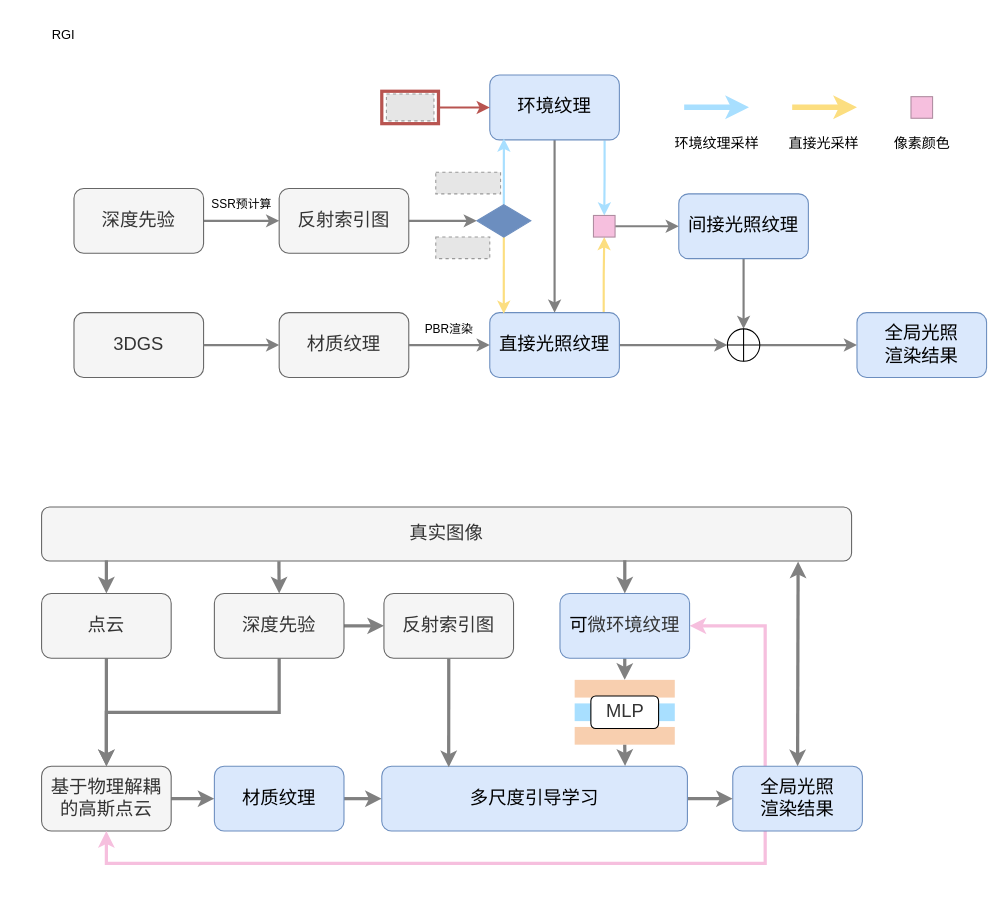
The draw.io diagram mid-term/总体框架（新）.drawio in thEu-suisei/draw_io, before the edit. Source tidied: cells renumbered, new cells numbered last; positions are measured from the earlier drawing's top-left corner, leaving out a move shared by most shapes. Both pictures are drawn from the tidied source at 108%, with x=0, y=0 at pixel (41, 18). Pictures stored in the file or linked from it are replaced by grey dashed boxes.
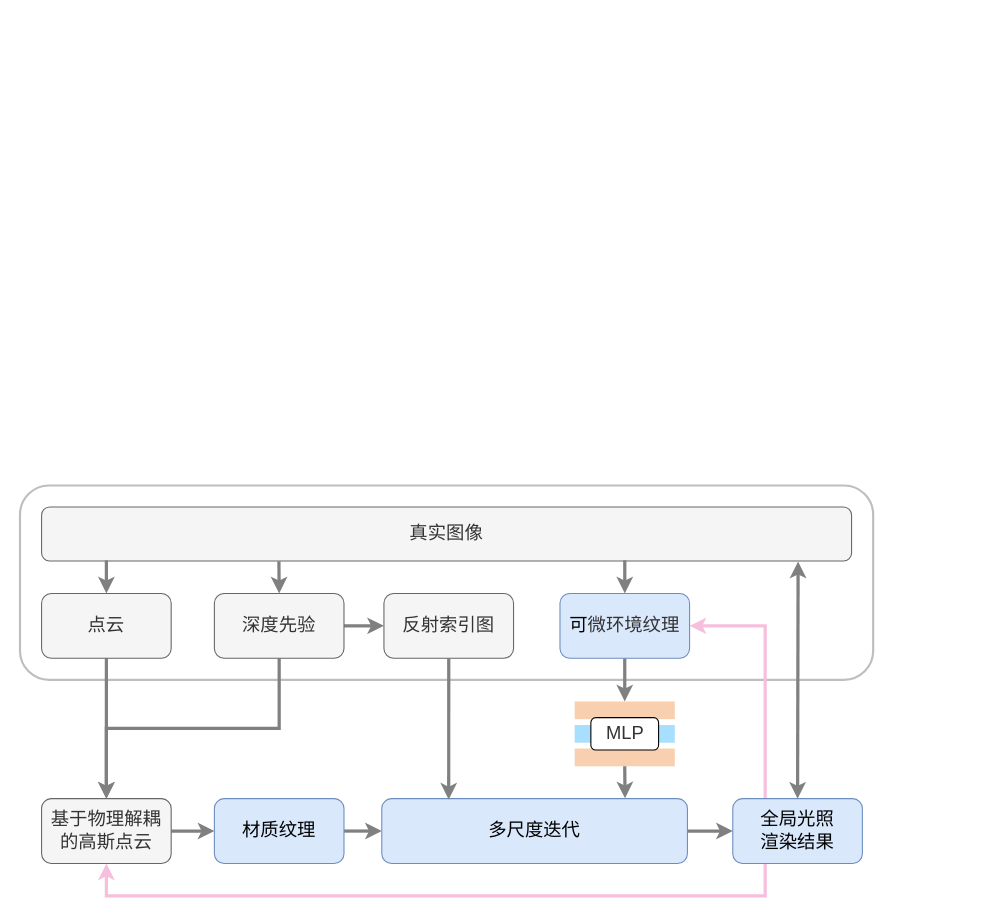
The same diagram, later.

Commit message (it also covers changes not shown here):
更新总体框架（新）.drawio

What changed in the source:
```diff
@@
-    <mxCell id="2" style="edgeStyle=orthogonalEdgeStyle;rounded=0;jettySize=auto;html=1;exitX=1;exitY=0.5;exitDx=0;exitDy=0;entryX=0;entryY=0.5;entryDx=0;entryDy=0;strokeWidth=2;strokeColor=#808080;" parent="1" edge="1" source="3" target="5">
-      <mxGeometry relative="1" as="geometry" />
-    </mxCell>
-    <mxCell id="3" value="&lt;font style=&quot;font-size: 17px; font-weight: normal;&quot;&gt;深度先验&lt;/font&gt;" style="rounded=1;whiteSpace=wrap;html=1;fillColor=#f5f5f5;fontColor=#333333;strokeColor=#666666;fontStyle=1;" parent="1" vertex="1">
-      <mxGeometry x="30" y="157" width="120" height="60" as="geometry" />
-    </mxCell>
-    <mxCell id="4" style="edgeStyle=orthogonalEdgeStyle;rounded=0;jettySize=auto;html=1;exitX=1;exitY=0.5;exitDx=0;exitDy=0;entryX=0;entryY=0.5;entryDx=0;entryDy=0;strokeWidth=2;strokeColor=#808080;" parent="1" edge="1" source="5" target="18">
-      <mxGeometry relative="1" as="geometry" />
-    </mxCell>
-    <mxCell id="5" value="&lt;font style=&quot;font-size: 17px;&quot;&gt;反射索引图&lt;/font&gt;" style="rounded=1;whiteSpace=wrap;html=1;fillColor=#f5f5f5;fontColor=#333333;strokeColor=#666666;" parent="1" vertex="1">
-      <mxGeometry x="220" y="157" width="120" height="60" as="geometry" />
-    </mxCell>
-    <mxCell id="6" style="edgeStyle=orthogonalEdgeStyle;rounded=0;jettySize=auto;html=1;entryX=0.5;entryY=1;entryDx=0;entryDy=0;strokeColor=light-dark(#fcde80, #257c00);align=center;verticalAlign=middle;fontFamily=Helvetica;fontSize=11;fontColor=default;labelBackgroundColor=default;endArrow=classic;strokeWidth=2;exitX=0.879;exitY=0.031;exitDx=0;exitDy=0;exitPerimeter=0;" parent="1" edge="1" source="8" target="30">
-      <mxGeometry relative="1" as="geometry" />
-    </mxCell>
-    <mxCell id="7" style="edgeStyle=orthogonalEdgeStyle;rounded=0;jettySize=auto;html=1;exitX=1;exitY=0.5;exitDx=0;exitDy=0;entryX=0;entryY=0.5;entryDx=0;entryDy=0;strokeWidth=2;strokeColor=#808080;" parent="1" edge="1" source="8" target="26">
-      <mxGeometry relative="1" as="geometry" />
-    </mxCell>
-    <mxCell id="8" value="&lt;font style=&quot;font-size: 17px;&quot;&gt;直接光照纹理&lt;/font&gt;" style="rounded=1;whiteSpace=wrap;html=1;fillColor=#dae8fc;strokeColor=#6c8ebf;" parent="1" vertex="1">
-      <mxGeometry x="415" y="272" width="120" height="60" as="geometry" />
-    </mxCell>
-    <mxCell id="9" value="&lt;span style=&quot;font-size: 17px; font-weight: 400;&quot;&gt;材质纹理&lt;/span&gt;" style="rounded=1;whiteSpace=wrap;html=1;fillColor=#f5f5f5;fontColor=#333333;strokeColor=#666666;fontStyle=1;" parent="1" vertex="1">
-      <mxGeometry x="220" y="272" width="120" height="60" as="geometry" />
-    </mxCell>
-    <mxCell id="10" style="edgeStyle=orthogonalEdgeStyle;rounded=0;jettySize=auto;html=1;exitX=0.5;exitY=1;exitDx=0;exitDy=0;entryX=0.5;entryY=0;entryDx=0;entryDy=0;strokeWidth=2;strokeColor=#808080;" parent="1" edge="1" source="11" target="26">
-      <mxGeometry relative="1" as="geometry" />
-    </mxCell>
-    <mxCell id="11" value="&lt;font style=&quot;font-size: 17px;&quot;&gt;间接光照纹理&lt;/font&gt;" style="rounded=1;whiteSpace=wrap;html=1;fillColor=#dae8fc;strokeColor=#6c8ebf;" parent="1" vertex="1">
-      <mxGeometry x="590" y="162" width="120" height="60" as="geometry" />
-    </mxCell>
-    <mxCell id="12" value="&lt;font style=&quot;font-size: 17px;&quot;&gt;全局光照&lt;/font&gt;&lt;div&gt;&lt;font style=&quot;font-size: 17px;&quot;&gt;渲染结果&lt;/font&gt;&lt;/div&gt;" style="rounded=1;whiteSpace=wrap;html=1;fillColor=#dae8fc;strokeColor=#6c8ebf;" parent="1" vertex="1">
-      <mxGeometry x="755" y="272" width="120" height="60" as="geometry" />
-    </mxCell>
-    <mxCell id="13" style="edgeStyle=orthogonalEdgeStyle;rounded=0;jettySize=auto;html=1;exitX=0.886;exitY=1.008;exitDx=0;exitDy=0;entryX=0.5;entryY=0;entryDx=0;entryDy=0;strokeColor=light-dark(#a8dfff, #D47D25);align=center;verticalAlign=middle;fontFamily=Helvetica;fontSize=11;fontColor=default;labelBackgroundColor=default;endArrow=classic;exitPerimeter=0;strokeWidth=2;" parent="1" edge="1" source="15" target="30">
-      <mxGeometry relative="1" as="geometry" />
-    </mxCell>
-    <mxCell id="14" style="edgeStyle=orthogonalEdgeStyle;rounded=0;jettySize=auto;html=1;exitX=0.5;exitY=1;exitDx=0;exitDy=0;entryX=0.5;entryY=0;entryDx=0;entryDy=0;strokeWidth=2;strokeColor=#808080;" parent="1" edge="1" source="15" target="8">
-      <mxGeometry relative="1" as="geometry" />
-    </mxCell>
-    <mxCell id="15" value="&lt;font style=&quot;font-size: 17px;&quot;&gt;环境纹理&lt;/font&gt;" style="rounded=1;whiteSpace=wrap;html=1;fillColor=#dae8fc;strokeColor=#6c8ebf;" parent="1" vertex="1">
-      <mxGeometry x="415" y="52" width="120" height="60" as="geometry" />
-    </mxCell>
-    <mxCell id="16" style="edgeStyle=orthogonalEdgeStyle;rounded=0;jettySize=auto;html=1;exitX=0.5;exitY=1;exitDx=0;exitDy=0;strokeColor=light-dark(#fcde80, #257c00);align=center;verticalAlign=middle;fontFamily=Helvetica;fontSize=11;fontColor=default;labelBackgroundColor=default;endArrow=classic;entryX=0.108;entryY=0.017;entryDx=0;entryDy=0;entryPerimeter=0;strokeWidth=2;" parent="1" edge="1" source="18" target="8">
-      <mxGeometry relative="1" as="geometry" />
-    </mxCell>
-    <mxCell id="17" style="edgeStyle=orthogonalEdgeStyle;rounded=0;jettySize=auto;html=1;exitX=0.5;exitY=0;exitDx=0;exitDy=0;entryX=0.109;entryY=0.98;entryDx=0;entryDy=0;entryPerimeter=0;strokeColor=light-dark(#a8dfff, #D47D25);align=center;verticalAlign=middle;fontFamily=Helvetica;fontSize=11;fontColor=default;labelBackgroundColor=default;endArrow=classic;strokeWidth=2;" parent="1" edge="1" source="18" target="15">
-      <mxGeometry relative="1" as="geometry" />
-    </mxCell>
-    <mxCell id="18" style="rhombus;whiteSpace=wrap;html=1;fillColor=#6C8EBF;strokeColor=#6c8ebf;" parent="1" vertex="1">
-      <mxGeometry x="403" y="172" width="50" height="30" as="geometry" />
-    </mxCell>
-    <mxCell id="19" style="fillColor=#E6E6E6;strokeColor=#999999;dashed=1;verticalLabelPosition=bottom;labelBackgroundColor=default;verticalAlign=top;" parent="1" vertex="1">
-      <mxGeometry x="365" y="202" width="50" height="20" as="geometry" />
-    </mxCell>
-    <mxCell id="20" style="fillColor=#E6E6E6;strokeColor=#999999;dashed=1;verticalLabelPosition=bottom;labelBackgroundColor=default;verticalAlign=top;" parent="1" vertex="1">
-      <mxGeometry x="365" y="142" width="60" height="20" as="geometry" />
-    </mxCell>
-    <mxCell id="21" style="endArrow=classic;html=1;rounded=0;strokeColor=light-dark(#a8dfff, #D47D25);strokeWidth=5;" parent="1" edge="1">
-      <mxGeometry relative="1" as="geometry">
-        <mxPoint x="595" y="81.8" as="sourcePoint" />
-        <mxPoint x="655" y="81.8" as="targetPoint" />
-      </mxGeometry>
-    </mxCell>
-    <mxCell id="22" style="endArrow=classic;html=1;rounded=0;strokeColor=light-dark(#fcde80, #257c00);strokeWidth=5;" parent="1" edge="1">
-      <mxGeometry relative="1" as="geometry">
-        <mxPoint x="695" y="81.8" as="sourcePoint" />
-        <mxPoint x="755" y="81.8" as="targetPoint" />
-      </mxGeometry>
-    </mxCell>
-    <mxCell id="23" style="endArrow=classic;html=1;rounded=0;strokeColor=#808080;exitX=1;exitY=0.5;exitDx=0;exitDy=0;entryX=0;entryY=0.5;entryDx=0;entryDy=0;strokeWidth=2;" parent="1" edge="1" source="9" target="8">
-      <mxGeometry relative="1" as="geometry" />
-    </mxCell>
-    <mxCell id="24" style="edgeStyle=orthogonalEdgeStyle;rounded=0;jettySize=auto;html=1;exitX=1;exitY=0.5;exitDx=0;exitDy=0;strokeWidth=2;strokeColor=#808080;" parent="1" edge="1" source="30" target="11">
-      <mxGeometry relative="1" as="geometry" />
-    </mxCell>
-    <mxCell id="25" style="edgeStyle=orthogonalEdgeStyle;rounded=0;jettySize=auto;html=1;exitX=1;exitY=0.5;exitDx=0;exitDy=0;entryX=0;entryY=0.5;entryDx=0;entryDy=0;strokeWidth=2;strokeColor=#808080;" parent="1" edge="1" source="26" target="12">
-      <mxGeometry relative="1" as="geometry" />
-    </mxCell>
-    <mxCell id="26" style="ellipse;whiteSpace=wrap;html=1;" parent="1" vertex="1">
-      <mxGeometry x="635" y="287" width="30" height="30" as="geometry" />
-    </mxCell>
-    <mxCell id="27" style="endArrow=none;html=1;rounded=0;exitX=0;exitY=0.5;exitDx=0;exitDy=0;entryX=1;entryY=0.5;entryDx=0;entryDy=0;" parent="1" edge="1" source="26" target="26">
-      <mxGeometry relative="1" as="geometry" />
-    </mxCell>
-    <mxCell id="28" style="endArrow=none;html=1;rounded=0;exitX=0.5;exitY=1;exitDx=0;exitDy=0;entryX=0.5;entryY=0;entryDx=0;entryDy=0;" parent="1" edge="1" source="26" target="26">
-      <mxGeometry relative="1" as="geometry" />
-    </mxCell>
-    <mxCell id="29" value="&lt;span style=&quot;font-size: 11px; background-color: rgb(255, 255, 255);&quot;&gt;SSR预计算&lt;/span&gt;" style="text;html=1;align=center;verticalAlign=middle;strokeColor=none;fillColor=none;" parent="1" vertex="1">
-      <mxGeometry x="145" y="157" width="80" height="30" as="geometry" />
-    </mxCell>
-    <mxCell id="30" style="whiteSpace=wrap;html=1;fillColor=light-dark(#f6bfde, #54283f);strokeColor=light-dark(#AF8DA1,#D75496);" parent="1" vertex="1">
-      <mxGeometry x="511" y="182" width="20" height="20" as="geometry" />
-    </mxCell>
-    <mxCell id="31" style="whiteSpace=wrap;html=1;fillColor=light-dark(#f6bfde, #54283f);strokeColor=light-dark(#AF8DA1,#D75496);" parent="1" vertex="1">
-      <mxGeometry x="805" y="72" width="20" height="20" as="geometry" />
-    </mxCell>
-    <mxCell id="32" value="像素颜色" style="text;html=1;align=center;verticalAlign=middle;strokeColor=none;fillColor=none;fontSize=13;" parent="1" vertex="1">
-      <mxGeometry x="775" y="100" width="80" height="30" as="geometry" />
-    </mxCell>
-    <mxCell id="33" value="&lt;span style=&quot;font-size: 17px; font-weight: 400;&quot;&gt;3DGS&lt;/span&gt;" style="rounded=1;whiteSpace=wrap;html=1;fillColor=#f5f5f5;fontColor=#333333;strokeColor=#666666;fontStyle=1;" parent="1" vertex="1">
-      <mxGeometry x="30" y="272" width="120" height="60" as="geometry" />
-    </mxCell>
-    <mxCell id="34" style="edgeStyle=orthogonalEdgeStyle;rounded=0;jettySize=auto;html=1;exitX=1;exitY=0.5;exitDx=0;exitDy=0;entryX=0;entryY=0.5;entryDx=0;entryDy=0;strokeWidth=2;strokeColor=#808080;" parent="1" edge="1" source="33" target="9">
-      <mxGeometry relative="1" as="geometry" />
-    </mxCell>
-    <mxCell id="35" value="&lt;span style=&quot;font-size: 13px; background-color: rgb(255, 255, 255);&quot;&gt;环境纹理采样&lt;/span&gt;" style="text;html=1;align=center;verticalAlign=middle;strokeColor=none;fillColor=none;" parent="1" vertex="1">
-      <mxGeometry x="575" y="100" width="100" height="30" as="geometry" />
-    </mxCell>
-    <mxCell id="36" value="&lt;span style=&quot;font-size: 13px; background-color: rgb(255, 255, 255);&quot;&gt;直接光采样&lt;/span&gt;" style="text;html=1;align=center;verticalAlign=middle;strokeColor=none;fillColor=none;" parent="1" vertex="1">
-      <mxGeometry x="679" y="100" width="90" height="30" as="geometry" />
-    </mxCell>
-    <mxCell id="37" style="group;" parent="1" vertex="1">
-      <mxGeometry x="315" y="67" width="52.9" height="30" as="geometry" />
-    </mxCell>
-    <mxCell id="38" style="rounded=0;whiteSpace=wrap;html=1;fillColor=none;strokeColor=#B85450;strokeWidth=3;" parent="37" vertex="1">
-      <mxGeometry width="52.5" height="30" as="geometry" />
-    </mxCell>
-    <mxCell id="39" style="fillColor=#E6E6E6;strokeColor=#999999;dashed=1;verticalLabelPosition=bottom;labelBackgroundColor=default;verticalAlign=top;" parent="37" vertex="1">
-      <mxGeometry x="4.3" y="2.6" width="44" height="24.8" as="geometry" />
-    </mxCell>
-    <mxCell id="40" style="edgeStyle=orthogonalEdgeStyle;rounded=0;jettySize=auto;html=1;exitX=1;exitY=0.5;exitDx=0;exitDy=0;strokeColor=#B85450;strokeWidth=2;" parent="1" edge="1" source="38" target="15">
-      <mxGeometry relative="1" as="geometry" />
-    </mxCell>
-    <mxCell id="41" value="&lt;span style=&quot;font-size: 11px; background-color: rgb(255, 255, 255);&quot;&gt;PBR渲染&lt;/span&gt;" style="text;html=1;align=center;verticalAlign=middle;strokeColor=none;fillColor=none;" parent="1" vertex="1">
-      <mxGeometry x="342" y="272" width="70" height="30" as="geometry" />
-    </mxCell>
+    <mxCell id="72" style="rounded=1;whiteSpace=wrap;html=1;fillColor=none;fontColor=#333333;strokeColor=#BEBEBE;strokeWidth=2;" parent="1" vertex="1">
+      <mxGeometry x="-20" y="432" width="790" height="180" as="geometry" />
+    </mxCell>
@@
     <mxCell id="44" value="&lt;span style=&quot;font-size: 17px; font-weight: 400;&quot;&gt;基于物理解耦的高斯点云&lt;/span&gt;" style="rounded=1;whiteSpace=wrap;html=1;fillColor=#f5f5f5;fontColor=#333333;strokeColor=#666666;fontStyle=1;" parent="1" vertex="1">
-      <mxGeometry y="692" width="120" height="60" as="geometry" />
+      <mxGeometry y="722" width="120" height="60" as="geometry" />
     </mxCell>
-    <mxCell id="45" value="RGI" style="text;html=1;align=center;verticalAlign=middle;strokeColor=none;fillColor=none;" parent="1" vertex="1">
-      <mxGeometry width="40" height="30" as="geometry" />
-    </mxCell>
@@
     <mxCell id="47" value="&lt;span style=&quot;font-size: 17px; font-weight: 400;&quot;&gt;材质纹理&lt;/span&gt;" style="rounded=1;whiteSpace=wrap;html=1;fillColor=#dae8fc;fontColor=default;strokeColor=#6c8ebf;fontStyle=1;align=center;verticalAlign=middle;fontFamily=Helvetica;fontSize=12;" parent="1" vertex="1">
-      <mxGeometry x="160" y="692" width="120" height="60" as="geometry" />
+      <mxGeometry x="160" y="722" width="120" height="60" as="geometry" />
     </mxCell>
@@
     <mxCell id="49" style="edgeStyle=orthogonalEdgeStyle;rounded=0;jettySize=auto;html=1;exitX=0.25;exitY=1;exitDx=0;exitDy=0;entryX=0.5;entryY=1;entryDx=0;entryDy=0;strokeColor=light-dark(#f6bfde, #7f7f7f);strokeWidth=3;align=center;verticalAlign=middle;fontFamily=Helvetica;fontSize=11;fontColor=default;labelBackgroundColor=default;endArrow=classic;" parent="1" edge="1" source="50" target="44">
       <mxGeometry relative="1" as="geometry">
         <Array as="points">
-          <mxPoint x="670" y="782" />
-          <mxPoint x="60" y="782" />
+          <mxPoint x="670" y="812" />
+          <mxPoint x="60" y="812" />
         </Array>
       </mxGeometry>
     </mxCell>
     <mxCell id="50" value="&lt;span style=&quot;font-size: 17px; font-weight: 400;&quot;&gt;全局光照&lt;br&gt;渲染结果&lt;/span&gt;" style="rounded=1;whiteSpace=wrap;html=1;fillColor=#dae8fc;fontColor=default;strokeColor=#6c8ebf;fontStyle=1;align=center;verticalAlign=middle;fontFamily=Helvetica;fontSize=12;" parent="1" vertex="1">
-      <mxGeometry x="640" y="692" width="120" height="60" as="geometry" />
+      <mxGeometry x="640" y="722" width="120" height="60" as="geometry" />
     </mxCell>
@@
-    <mxCell id="52" value="&lt;font style=&quot;font-size: 17px;&quot;&gt;多尺度引导学习&lt;/font&gt;" style="rounded=1;whiteSpace=wrap;html=1;fillColor=#dae8fc;strokeColor=#6c8ebf;" parent="1" vertex="1">
-      <mxGeometry x="315" y="692" width="283" height="60" as="geometry" />
+    <mxCell id="52" value="&lt;font style=&quot;font-size: 17px;&quot;&gt;多尺度迭代&lt;/font&gt;" style="rounded=1;whiteSpace=wrap;html=1;fillColor=#dae8fc;strokeColor=#6c8ebf;" parent="1" vertex="1">
+      <mxGeometry x="315" y="722" width="283" height="60" as="geometry" />
     </mxCell>
     <mxCell id="53" style="group;" parent="1" vertex="1">
-      <mxGeometry x="493.6" y="612" width="92.7" height="60" as="geometry" />
+      <mxGeometry x="493.6" y="632" width="92.7" height="60" as="geometry" />
     </mxCell>
```
